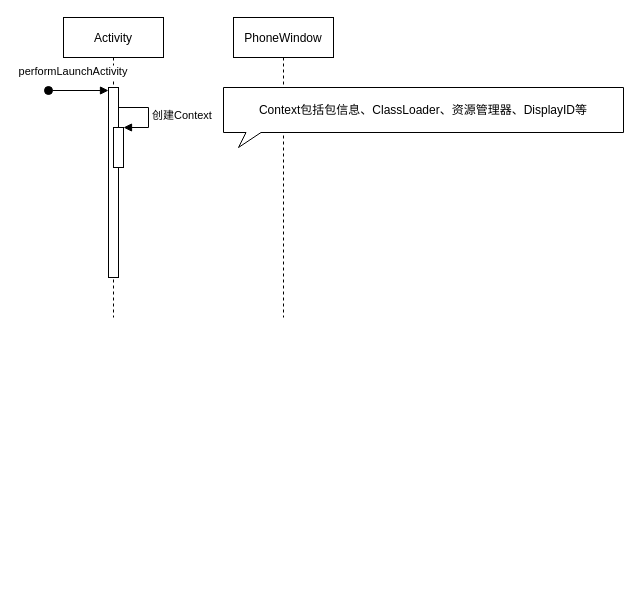
This is 安卓视窗系统渲染架构分析.drawio from dlwanghw/diagram, a draw.io file, before an edit. Source tidied: cells renumbered, new cells numbered last; positions are measured from the earlier drawing's top-left corner, leaving out a move shared by most shapes. Both pictures are drawn from the tidied source at 100%, with x=0, y=0 at pixel (48, 17).
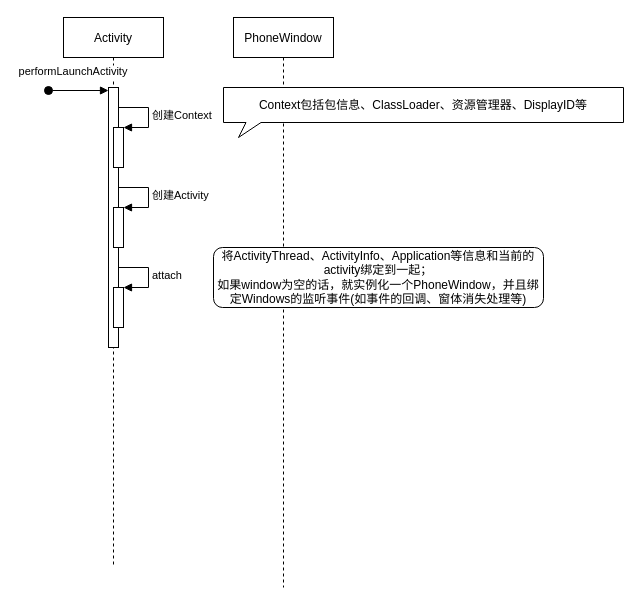
The same page after the edit.

Commit message (it also covers changes not shown here):
Update 安卓视窗系统渲染架构分析.drawio

What changed in the source:
```diff
@@
 <mxGraphModel>
   <root>
     <mxCell id="0" />
     <mxCell id="1" parent="0" />
     <mxCell id="2" value="Activity" style="shape=umlLifeline;perimeter=lifelinePerimeter;rounded=0;shadow=0;strokeWidth=1;" parent="1" vertex="1">
-      <mxGeometry x="15" width="100" height="300" as="geometry" />
+      <mxGeometry x="15" width="100" height="550" as="geometry" />
     </mxCell>
     <mxCell id="3" style="perimeter=orthogonalPerimeter;rounded=0;shadow=0;strokeWidth=1;" parent="2" vertex="1">
-      <mxGeometry x="45" y="70" width="10" height="190" as="geometry" />
+      <mxGeometry x="45" y="70" width="10" height="260" as="geometry" />
     </mxCell>
     <mxCell id="4" value="performLaunchActivity" style="verticalAlign=bottom;startArrow=oval;endArrow=block;startSize=8;shadow=0;strokeWidth=1;" parent="2" edge="1">
       <mxGeometry x="-0.17" y="10" relative="1" as="geometry">
         <mxPoint x="-15" y="73" as="sourcePoint" />
         <mxPoint x="45" y="73" as="targetPoint" />
       </mxGeometry>
     </mxCell>
     <mxCell id="5" style="html=1;points=[];perimeter=orthogonalPerimeter;" parent="2" vertex="1">
       <mxGeometry x="50" y="110" width="10" height="40" as="geometry" />
     </mxCell>
     <mxCell id="6" value="创建Context" style="edgeStyle=orthogonalEdgeStyle;html=1;align=left;spacingLeft=2;endArrow=block;rounded=0;entryX=1;entryY=0;" parent="2" edge="1" target="5">
       <mxGeometry relative="1" as="geometry">
         <mxPoint x="55" y="90" as="sourcePoint" />
         <Array as="points">
           <mxPoint x="85" y="90" />
         </Array>
       </mxGeometry>
     </mxCell>
+    <mxCell id="9" style="html=1;points=[];perimeter=orthogonalPerimeter;" parent="2" vertex="1">
+      <mxGeometry x="50" y="190" width="10" height="40" as="geometry" />
+    </mxCell>
+    <mxCell id="10" value="创建Activity" style="edgeStyle=orthogonalEdgeStyle;html=1;align=left;spacingLeft=2;endArrow=block;rounded=0;entryX=1;entryY=0;" parent="2" edge="1" target="9">
+      <mxGeometry relative="1" as="geometry">
+        <mxPoint x="55" y="170" as="sourcePoint" />
+        <Array as="points">
+          <mxPoint x="85" y="170" />
+        </Array>
+      </mxGeometry>
+    </mxCell>
+    <mxCell id="11" style="html=1;points=[];perimeter=orthogonalPerimeter;" parent="2" vertex="1">
+      <mxGeometry x="50" y="270" width="10" height="40" as="geometry" />
+    </mxCell>
+    <mxCell id="12" value="attach" style="edgeStyle=orthogonalEdgeStyle;html=1;align=left;spacingLeft=2;endArrow=block;rounded=0;entryX=1;entryY=0;" parent="2" edge="1" target="11">
+      <mxGeometry relative="1" as="geometry">
+        <mxPoint x="55" y="250" as="sourcePoint" />
+        <Array as="points">
+          <mxPoint x="85" y="250" />
+        </Array>
+      </mxGeometry>
+    </mxCell>
     <mxCell id="7" value="PhoneWindow" style="shape=umlLifeline;perimeter=lifelinePerimeter;rounded=0;shadow=0;strokeWidth=1;" parent="1" vertex="1">
-      <mxGeometry x="185" width="100" height="300" as="geometry" />
+      <mxGeometry x="185" width="100" height="570" as="geometry" />
     </mxCell>
     <mxCell id="8" value="Context包括包信息、ClassLoader、资源管理器、DisplayID等" style="whiteSpace=wrap;html=1;shape=mxgraph.basic.rectCallout;dx=30;dy=15;boundedLbl=1;" parent="1" vertex="1">
-      <mxGeometry x="175" y="70" width="400" height="60" as="geometry" />
+      <mxGeometry x="175" y="70" width="400" height="50" as="geometry" />
     </mxCell>
+    <mxCell id="13" value="将ActivityThread、ActivityInfo、Application等信息和当前的activity绑定到一起；&lt;br&gt;如果window为空的话，就实例化一个PhoneWindow，并且绑定Windows的监听事件(如事件的回调、窗体消失处理等)" style="rounded=1;whiteSpace=wrap;html=1;" parent="1" vertex="1">
+      <mxGeometry x="165" y="230" width="330" height="60" as="geometry" />
+    </mxCell>
   </root>
 </mxGraphModel>
```
